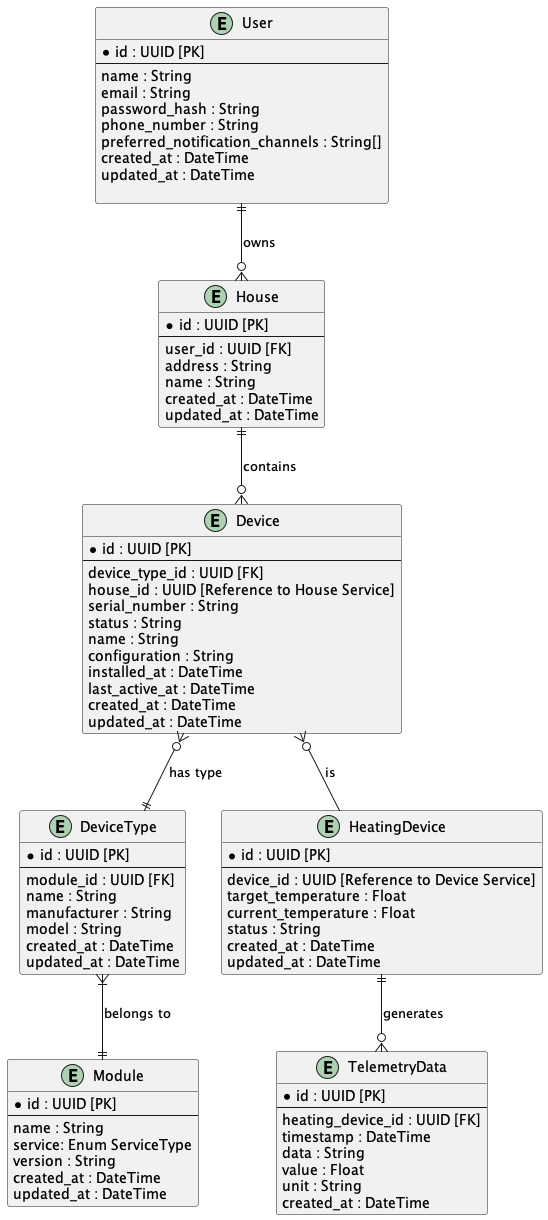
Earlier version of the PlantUML export docs/diagrams/out/task_3/ER_Diagram.png (Veles-Pan/practicum-architecture-sprint-3). Source of this version:
```plantuml
@startuml er_diagram

entity "User" as User {
    * id : UUID [PK]
    --
    name : String
    email : String
    password_hash : String
    phone_number : String
    preferred_notification_channels : String[]
    created_at : DateTime
    updated_at : DateTime

}

entity "House" as House {
    * id : UUID [PK]
    --
    user_id : UUID [FK]
    address : String
    name : String
    created_at : DateTime
    updated_at : DateTime
}

entity "Device" as Device {
    * id : UUID [PK]
    --
    device_type_id : UUID [FK]
    house_id : UUID [Reference to House Service]
    serial_number : String
    status : String
    name : String
    configuration : String
    installed_at : DateTime
    last_active_at : DateTime
    created_at : DateTime
    updated_at : DateTime
}

entity "DeviceType" as DeviceType {
    * id : UUID [PK]
    --
    module_id : UUID [FK]
    name : String
    manufacturer : String
    model : String
    created_at : DateTime
    updated_at : DateTime
}

entity "Module" as Module {
    * id : UUID [PK]
    --
    name : String
    service: Enum ServiceType
    version : String
    created_at : DateTime
    updated_at : DateTime
}

entity "HeatingDevice" as HeatingDevice {
    * id : UUID [PK]
    --
    device_id : UUID [Reference to Device Service]
    target_temperature : Float
    current_temperature : Float
    status : String
    created_at : DateTime
    updated_at : DateTime
}


entity "TelemetryData" as TelemetryData {
    * id : UUID [PK]
    --
    heating_device_id : UUID [FK]
    timestamp : DateTime
    data : String
    value : Float
    unit : String
    created_at : DateTime
}


User ||--o{ House : owns
House ||--o{ Device : contains
Device }o--|| DeviceType : has type
DeviceType }|--|| Module : belongs to
HeatingDevice ||--o{ TelemetryData : "generates"
Device }o-- HeatingDevice : "is"

@enduml
```
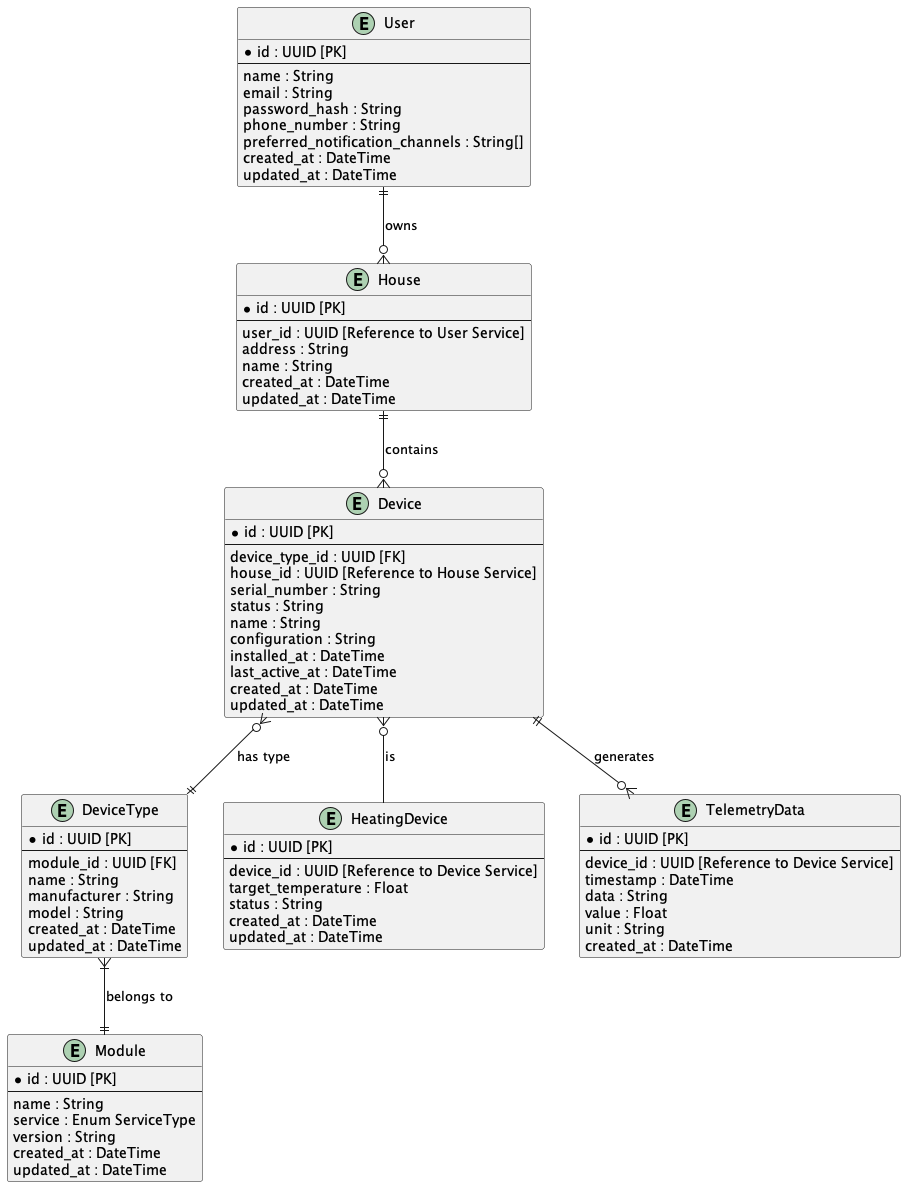
Above is the later version.

What changed in the source:
```diff
@@ -10,13 +10,12 @@
     preferred_notification_channels : String[]
     created_at : DateTime
     updated_at : DateTime
-
 }
 
 entity "House" as House {
     * id : UUID [PK]
     --
-    user_id : UUID [FK]
+    user_id : UUID [Reference to User Service]
     address : String
     name : String
     created_at : DateTime
@@ -53,7 +52,7 @@
     * id : UUID [PK]
     --
     name : String
-    service: Enum ServiceType
+    service : Enum ServiceType
     version : String
     created_at : DateTime
     updated_at : DateTime
@@ -64,17 +63,15 @@
     --
     device_id : UUID [Reference to Device Service]
     target_temperature : Float
-    current_temperature : Float
     status : String
     created_at : DateTime
     updated_at : DateTime
 }
 
-
 entity "TelemetryData" as TelemetryData {
     * id : UUID [PK]
     --
-    heating_device_id : UUID [FK]
+    device_id : UUID [Reference to Device Service]
     timestamp : DateTime
     data : String
     value : Float
@@ -83,11 +80,11 @@
 }
 
 
-User ||--o{ House : owns
-House ||--o{ Device : contains
-Device }o--|| DeviceType : has type
-DeviceType }|--|| Module : belongs to
-HeatingDevice ||--o{ TelemetryData : "generates"
+User ||--o{ House : "owns"
+House ||--o{ Device : "contains"
+Device }o--|| DeviceType : "has type"
+DeviceType }|--|| Module : "belongs to"
+Device ||--o{ TelemetryData : "generates"
 Device }o-- HeatingDevice : "is"
 
 @enduml
```
